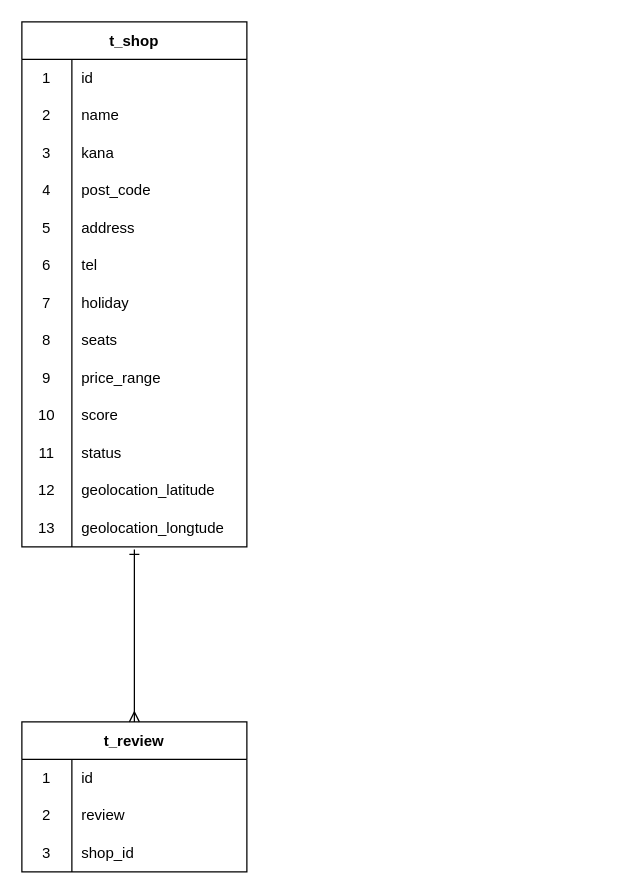
Before: er.drawio in ikun2019/tastylog, a draw.io diagram. Source tidied: cells renumbered, new cells numbered last; positions are measured from the earlier drawing's top-left corner, leaving out a move shared by most shapes. Both pictures are drawn from the tidied source at 125%, with x=0, y=0 at pixel (21, 21).
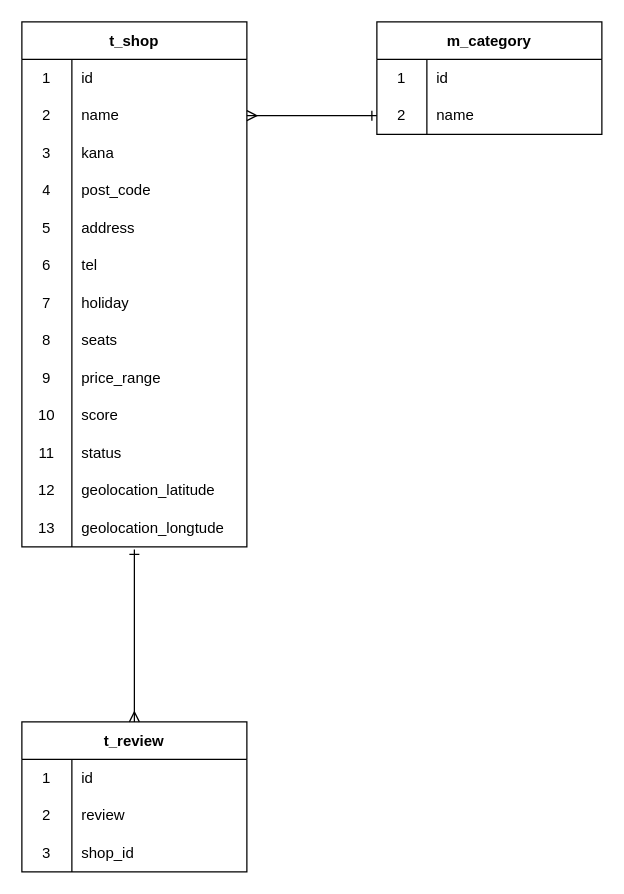
Above is the later version.

The change refers to these unchanged cells:
```xml
<mxCell id="6" style="shape=tableRow;horizontal=0;startSize=0;swimlaneHead=0;swimlaneBody=0;top=0;left=0;bottom=0;right=0;fillColor=none;points=[[0,0.5],[1,0.5]];portConstraint=eastwest;" parent="2" vertex="1">
  <mxGeometry y="60" width="180" height="30" as="geometry" />
</mxCell>
```

The edit, as a diff of the source:
```diff
@@
+    <mxCell id="53" value="m_category" style="shape=table;startSize=30;childLayout=tableLayout;rowLines=0;fontStyle=1;" parent="1" vertex="1">
+      <mxGeometry x="284" width="180" height="90" as="geometry" />
+    </mxCell>
+    <mxCell id="54" style="shape=tableRow;horizontal=0;startSize=0;swimlaneHead=0;swimlaneBody=0;top=0;left=0;bottom=0;right=0;fillColor=none;" parent="53" vertex="1">
+      <mxGeometry y="30" width="180" height="30" as="geometry" />
+    </mxCell>
+    <mxCell id="55" value="1" style="shape=partialRectangle;html=1;whiteSpace=wrap;fillColor=none;top=0;left=0;bottom=0;right=0;overflow=hidden;" parent="54" vertex="1">
+      <mxGeometry width="40" height="30" as="geometry" />
+    </mxCell>
+    <mxCell id="56" value="id" style="shape=partialRectangle;html=1;whiteSpace=wrap;fillColor=none;top=0;left=0;bottom=0;right=0;align=left;spacingLeft=6;overflow=hidden;" parent="54" vertex="1">
+      <mxGeometry x="40" width="140" height="30" as="geometry" />
+    </mxCell>
+    <mxCell id="57" style="shape=tableRow;horizontal=0;startSize=0;swimlaneHead=0;swimlaneBody=0;top=0;left=0;bottom=0;right=0;fillColor=none;points=[[0,0.5],[1,0.5]];portConstraint=eastwest;" parent="53" vertex="1">
+      <mxGeometry y="60" width="180" height="30" as="geometry" />
+    </mxCell>
+    <mxCell id="58" value="2" style="shape=partialRectangle;html=1;whiteSpace=wrap;fillColor=none;top=0;left=0;bottom=0;right=0;overflow=hidden;" parent="57" vertex="1">
+      <mxGeometry width="40" height="30" as="geometry" />
+    </mxCell>
+    <mxCell id="59" value="name" style="shape=partialRectangle;html=1;whiteSpace=wrap;fillColor=none;top=0;left=0;bottom=0;right=0;align=left;spacingLeft=6;overflow=hidden;" parent="57" vertex="1">
+      <mxGeometry x="40" width="140" height="30" as="geometry" />
+    </mxCell>
+    <mxCell id="60" style="endArrow=ERmany;html=1;entryX=1;entryY=0.5;entryDx=0;entryDy=0;exitX=0;exitY=0.5;exitDx=0;exitDy=0;startArrow=ERone;startFill=0;endFill=0;" parent="1" edge="1" source="57" target="6">
+      <mxGeometry relative="1" as="geometry" />
+    </mxCell>
```
